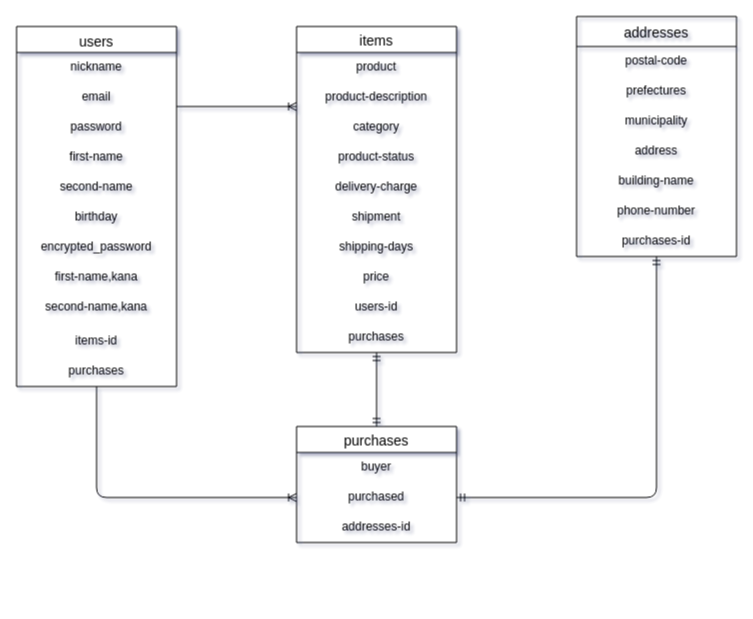
koma-sig/furima-35434 keeps this draw.io diagram as config/ER .dio. Above is the earlier version. Source tidied: cells renumbered, new cells numbered last; positions are measured from the earlier drawing's top-left corner, leaving out a move shared by most shapes. Both pictures are drawn from the tidied source at 100%, with x=0, y=0 at pixel (16, 16).
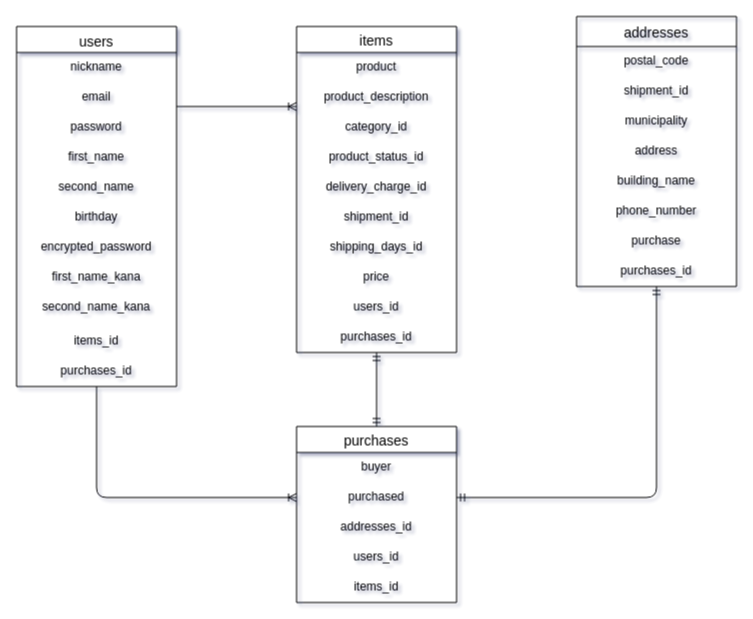
The same diagram, later.

Unchanged cells that the change refers to:
```xml
<mxCell id="2" value="users&#10;" style="swimlane;fontStyle=0;horizontal=1;startSize=26;align=center;fontSize=14;verticalAlign=top;" parent="1" vertex="1">
  <mxGeometry y="10" width="160" height="360" as="geometry" />
</mxCell>
<mxCell id="14" value="items" style="swimlane;fontStyle=0;horizontal=1;startSize=26;align=center;fontSize=14;direction=east;" parent="1" vertex="1">
  <mxGeometry x="280" y="10" width="160" height="326" as="geometry" />
</mxCell>
<mxCell id="36" value="purchased" style="text;strokeColor=none;fillColor=none;spacingLeft=4;spacingRight=4;overflow=hidden;points=[[0,0.5],[1,0.5]];portConstraint=eastwest;fontSize=12;align=center;" parent="34" vertex="1">
  <mxGeometry y="56" width="160" height="30" as="geometry" />
</mxCell>
```

Change to the diagram source:
```diff
@@
-    <mxCell id="6" value="first-name" style="text;strokeColor=none;fillColor=none;spacingLeft=4;spacingRight=4;overflow=hidden;fontSize=12;align=center;" parent="2" vertex="1">
+    <mxCell id="6" value="first_name" style="text;strokeColor=none;fillColor=none;spacingLeft=4;spacingRight=4;overflow=hidden;fontSize=12;align=center;" parent="2" vertex="1">
       <mxGeometry y="116" width="160" height="30" as="geometry" />
     </mxCell>
-    <mxCell id="7" value="second-name" style="text;fillColor=none;spacingLeft=4;spacingRight=4;overflow=hidden;fontSize=12;align=center;" parent="2" vertex="1">
+    <mxCell id="7" value="second_name" style="text;fillColor=none;spacingLeft=4;spacingRight=4;overflow=hidden;fontSize=12;align=center;" parent="2" vertex="1">
       <mxGeometry y="146" width="160" height="30" as="geometry" />
     </mxCell>
@@
-    <mxCell id="10" value="first-name,kana" style="text;strokeColor=none;fillColor=none;spacingLeft=4;spacingRight=4;overflow=hidden;fontSize=12;align=center;" parent="2" vertex="1">
+    <mxCell id="10" value="first_name_kana" style="text;strokeColor=none;fillColor=none;spacingLeft=4;spacingRight=4;overflow=hidden;fontSize=12;align=center;" parent="2" vertex="1">
       <mxGeometry y="236" width="160" height="30" as="geometry" />
     </mxCell>
-    <mxCell id="11" value="second-name,kana" style="text;strokeColor=none;fillColor=none;spacingLeft=4;spacingRight=4;overflow=hidden;fontSize=12;align=center;" parent="2" vertex="1">
+    <mxCell id="11" value="second_name_kana" style="text;strokeColor=none;fillColor=none;spacingLeft=4;spacingRight=4;overflow=hidden;fontSize=12;align=center;" parent="2" vertex="1">
       <mxGeometry y="266" width="160" height="34" as="geometry" />
     </mxCell>
-    <mxCell id="12" value="items-id" style="text;strokeColor=none;fillColor=none;spacingLeft=4;spacingRight=4;overflow=hidden;fontSize=12;align=center;" parent="2" vertex="1">
+    <mxCell id="12" value="items_id" style="text;strokeColor=none;fillColor=none;spacingLeft=4;spacingRight=4;overflow=hidden;fontSize=12;align=center;" parent="2" vertex="1">
       <mxGeometry y="300" width="160" height="30" as="geometry" />
     </mxCell>
-    <mxCell id="13" value="purchases" style="text;strokeColor=none;fillColor=none;spacingLeft=4;spacingRight=4;overflow=hidden;points=[[0,0.5],[1,0.5]];portConstraint=eastwest;fontSize=12;align=center;" parent="2" vertex="1">
+    <mxCell id="13" value="purchases_id" style="text;strokeColor=none;fillColor=none;spacingLeft=4;spacingRight=4;overflow=hidden;points=[[0,0.5],[1,0.5]];portConstraint=eastwest;fontSize=12;align=center;" parent="2" vertex="1">
       <mxGeometry y="330" width="160" height="30" as="geometry" />
     </mxCell>
@@
-    <mxCell id="16" value="product-description" style="text;fillColor=none;spacingLeft=4;spacingRight=4;overflow=hidden;points=[[0,0.5],[1,0.5]];portConstraint=eastwest;fontSize=12;align=center;" parent="14" vertex="1">
+    <mxCell id="16" value="product_description" style="text;fillColor=none;spacingLeft=4;spacingRight=4;overflow=hidden;points=[[0,0.5],[1,0.5]];portConstraint=eastwest;fontSize=12;align=center;" parent="14" vertex="1">
       <mxGeometry y="56" width="160" height="30" as="geometry" />
     </mxCell>
-    <mxCell id="17" value="category" style="text;spacingLeft=4;spacingRight=4;overflow=hidden;fontSize=12;align=center;" parent="14" vertex="1">
+    <mxCell id="17" value="category_id" style="text;spacingLeft=4;spacingRight=4;overflow=hidden;fontSize=12;align=center;" parent="14" vertex="1">
       <mxGeometry y="86" width="160" height="30" as="geometry" />
     </mxCell>
-    <mxCell id="18" value="product-status" style="text;spacingLeft=4;spacingRight=4;overflow=hidden;fontSize=12;align=center;" parent="14" vertex="1">
+    <mxCell id="18" value="product_status_id" style="text;spacingLeft=4;spacingRight=4;overflow=hidden;fontSize=12;align=center;" parent="14" vertex="1">
       <mxGeometry y="116" width="160" height="30" as="geometry" />
     </mxCell>
-    <mxCell id="19" value="delivery-charge" style="text;spacingLeft=4;spacingRight=4;overflow=hidden;fontSize=12;align=center;" parent="14" vertex="1">
-      <mxGeometry y="146" width="160" height="30" as="geometry" />
-    </mxCell>
-    <mxCell id="20" value="shipment" style="text;spacingLeft=4;spacingRight=4;overflow=hidden;fontSize=12;align=center;" parent="14" vertex="1">
-      <mxGeometry y="176" width="160" height="30" as="geometry" />
+    <mxCell id="20" value="delivery_charge_id" style="text;spacingLeft=4;spacingRight=4;overflow=hidden;fontSize=12;align=center;" parent="14" vertex="1">
+      <mxGeometry y="146" width="160" height="30" as="geometry" />
     </mxCell>
-    <mxCell id="21" value="shipping-days" style="text;spacingLeft=4;spacingRight=4;overflow=hidden;fontSize=12;align=center;" parent="14" vertex="1">
-      <mxGeometry y="206" width="160" height="30" as="geometry" />
+    <mxCell id="21" value="shipment_id" style="text;spacingLeft=4;spacingRight=4;overflow=hidden;fontSize=12;align=center;" parent="14" vertex="1">
+      <mxGeometry y="176" width="160" height="30" as="geometry" />
     </mxCell>
-    <mxCell id="22" value="price" style="text;spacingLeft=4;spacingRight=4;overflow=hidden;fontSize=12;align=center;" parent="14" vertex="1">
-      <mxGeometry y="236" width="160" height="30" as="geometry" />
+    <mxCell id="22" value="shipping_days_id" style="text;spacingLeft=4;spacingRight=4;overflow=hidden;fontSize=12;align=center;" parent="14" vertex="1">
+      <mxGeometry y="206" width="160" height="30" as="geometry" />
     </mxCell>
-    <mxCell id="23" value="users-id" style="text;spacingLeft=4;spacingRight=4;overflow=hidden;fontSize=12;align=center;" parent="14" vertex="1">
-      <mxGeometry y="266" width="160" height="30" as="geometry" />
+    <mxCell id="23" value="price" style="text;spacingLeft=4;spacingRight=4;overflow=hidden;fontSize=12;align=center;" parent="14" vertex="1">
+      <mxGeometry y="236" width="160" height="30" as="geometry" />
     </mxCell>
-    <mxCell id="24" value="purchases" style="text;spacingLeft=4;spacingRight=4;overflow=hidden;points=[[0,0.5],[1,0.5]];portConstraint=eastwest;fontSize=12;align=center;" parent="14" vertex="1">
-      <mxGeometry y="296" width="160" height="30" as="geometry" />
+    <mxCell id="24" value="users_id" style="text;spacingLeft=4;spacingRight=4;overflow=hidden;points=[[0,0.5],[1,0.5]];portConstraint=eastwest;fontSize=12;align=center;" parent="14" vertex="1">
+      <mxGeometry y="266" width="160" height="30" as="geometry" />
     </mxCell>
+    <mxCell id="41" value="purchases_id" style="text;spacingLeft=4;spacingRight=4;overflow=hidden;points=[[0,0.5],[1,0.5]];portConstraint=eastwest;fontSize=12;align=center;" parent="14" vertex="1">
+      <mxGeometry y="296" width="160" height="30" as="geometry" />
+    </mxCell>
@@
     <mxCell id="26" value="addresses" style="swimlane;fontStyle=0;horizontal=1;startSize=30;align=center;fontSize=14;swimlaneFillColor=none;fillColor=none;" parent="1" vertex="1">
-      <mxGeometry x="560" width="160" height="240" as="geometry" />
+      <mxGeometry x="560" width="160" height="270" as="geometry" />
     </mxCell>
-    <mxCell id="27" value="postal-code" style="text;strokeColor=none;fillColor=none;spacingLeft=4;spacingRight=4;overflow=hidden;fontSize=12;align=center;" parent="26" vertex="1">
+    <mxCell id="27" value="postal_code" style="text;strokeColor=none;fillColor=none;spacingLeft=4;spacingRight=4;overflow=hidden;fontSize=12;align=center;" parent="26" vertex="1">
       <mxGeometry y="30" width="160" height="30" as="geometry" />
     </mxCell>
-    <mxCell id="28" value="prefectures" style="text;strokeColor=none;fillColor=none;spacingLeft=4;spacingRight=4;overflow=hidden;fontSize=12;align=center;" parent="26" vertex="1">
+    <mxCell id="28" value="shipment_id" style="text;strokeColor=none;fillColor=none;spacingLeft=4;spacingRight=4;overflow=hidden;fontSize=12;align=center;" parent="26" vertex="1">
       <mxGeometry y="60" width="160" height="30" as="geometry" />
     </mxCell>
@@
-    <mxCell id="31" value="building-name" style="text;strokeColor=none;fillColor=none;spacingLeft=4;spacingRight=4;overflow=hidden;fontSize=12;align=center;" parent="26" vertex="1">
+    <mxCell id="31" value="building_name" style="text;strokeColor=none;fillColor=none;spacingLeft=4;spacingRight=4;overflow=hidden;fontSize=12;align=center;" parent="26" vertex="1">
       <mxGeometry y="150" width="160" height="30" as="geometry" />
     </mxCell>
-    <mxCell id="32" value="phone-number" style="text;strokeColor=none;fillColor=none;spacingLeft=4;spacingRight=4;overflow=hidden;fontSize=12;align=center;" parent="26" vertex="1">
+    <mxCell id="32" value="phone_number" style="text;strokeColor=none;fillColor=none;spacingLeft=4;spacingRight=4;overflow=hidden;fontSize=12;align=center;" parent="26" vertex="1">
       <mxGeometry y="180" width="160" height="30" as="geometry" />
     </mxCell>
-    <mxCell id="33" value="purchases-id" style="text;strokeColor=none;fillColor=none;spacingLeft=4;spacingRight=4;overflow=hidden;points=[[0,0.5],[1,0.5]];portConstraint=eastwest;fontSize=12;align=center;" parent="26" vertex="1">
-      <mxGeometry y="210" width="160" height="30" as="geometry" />
-    </mxCell>
+    <mxCell id="42" value="purchase" style="text;strokeColor=none;fillColor=none;spacingLeft=4;spacingRight=4;overflow=hidden;fontSize=12;align=center;" parent="26" vertex="1">
+      <mxGeometry y="210" width="160" height="30" as="geometry" />
+    </mxCell>
+    <mxCell id="43" value="purchases_id" style="text;strokeColor=none;fillColor=none;spacingLeft=4;spacingRight=4;overflow=hidden;points=[[0,0.5],[1,0.5]];portConstraint=eastwest;fontSize=12;align=center;" parent="26" vertex="1">
+      <mxGeometry y="240" width="160" height="30" as="geometry" />
+    </mxCell>
     <mxCell id="34" value="purchases" style="swimlane;fontStyle=0;horizontal=1;startSize=26;align=center;fontSize=14;" parent="1" vertex="1">
-      <mxGeometry x="280" y="410" width="160" height="116" as="geometry" />
+      <mxGeometry x="280" y="410" width="160" height="176" as="geometry" />
     </mxCell>
@@
-    <mxCell id="37" value="addresses-id" style="text;strokeColor=none;fillColor=none;spacingLeft=4;spacingRight=4;overflow=hidden;fontSize=12;align=center;" parent="34" vertex="1">
+    <mxCell id="37" value="addresses_id" style="text;strokeColor=none;fillColor=none;spacingLeft=4;spacingRight=4;overflow=hidden;fontSize=12;align=center;" parent="34" vertex="1">
       <mxGeometry y="86" width="160" height="30" as="geometry" />
     </mxCell>
+    <mxCell id="44" value="users_id" style="text;strokeColor=none;fillColor=none;spacingLeft=4;spacingRight=4;overflow=hidden;fontSize=12;align=center;" parent="34" vertex="1">
+      <mxGeometry y="116" width="160" height="30" as="geometry" />
+    </mxCell>
+    <mxCell id="45" value="items_id" style="text;strokeColor=none;fillColor=none;spacingLeft=4;spacingRight=4;overflow=hidden;fontSize=12;align=center;" parent="34" vertex="1">
+      <mxGeometry y="146" width="160" height="30" as="geometry" />
+    </mxCell>
@@
-    <mxCell id="39" style="fontSize=12;html=1;endArrow=ERmandOne;startArrow=ERmandOne;exitX=0.5;exitY=0;exitDx=0;exitDy=0;entryX=0.5;entryY=1;entryDx=0;entryDy=0;entryPerimeter=0;" parent="1" edge="1" source="34" target="24">
+    <mxCell id="39" style="fontSize=12;html=1;endArrow=ERmandOne;startArrow=ERmandOne;exitX=0.5;exitY=0;exitDx=0;exitDy=0;entryX=0.5;entryY=1;entryDx=0;entryDy=0;entryPerimeter=0;" parent="1" edge="1" source="34" target="41">
       <mxGeometry relative="1" as="geometry" />
     </mxCell>
-    <mxCell id="40" style="fontSize=12;html=1;endArrow=ERmandOne;startArrow=ERmandOne;entryX=0.5;entryY=1;entryDx=0;entryDy=0;entryPerimeter=0;exitX=1;exitY=0.5;exitDx=0;exitDy=0;" parent="1" edge="1" source="36" target="33">
+    <mxCell id="40" style="fontSize=12;html=1;endArrow=ERmandOne;startArrow=ERmandOne;exitX=1;exitY=0.5;exitDx=0;exitDy=0;entryX=0.5;entryY=1;entryDx=0;entryDy=0;entryPerimeter=0;" parent="1" edge="1" source="36" target="43">
       <mxGeometry relative="1" as="geometry">
         <Array as="points">
           <mxPoint x="640" y="481" />
         </Array>
       </mxGeometry>
     </mxCell>
```
